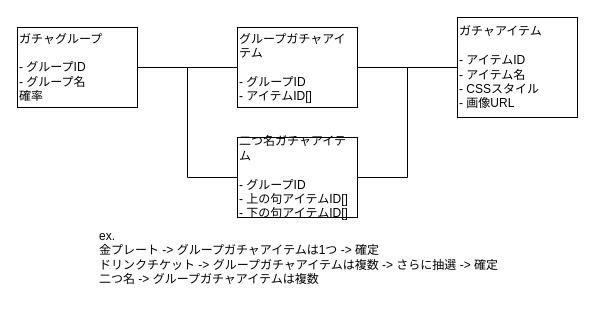
hiyoko3/splat-capsule-simulator keeps this draw.io diagram as page "DB" (1 of 11) of doc/splat-capsule.drawio. Above is the earlier version. Source tidied: cells renumbered, new cells numbered last; positions are measured from the earlier drawing's top-left corner, leaving out a move shared by most shapes. Both pictures are drawn from the tidied source at 100%, with x=0, y=0 at pixel (17, 17).
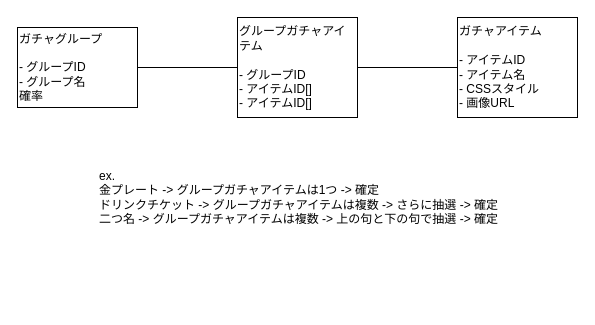
The same page after the edit.

Commit message (it also covers changes not shown here):
new capsule logic

What changed in the source:
```diff
@@
 <mxGraphModel>
   <root>
     <mxCell id="0" />
     <mxCell id="1" parent="0" />
     <mxCell id="2" style="edgeStyle=orthogonalEdgeStyle;rounded=0;jettySize=auto;html=1;endArrow=none;endFill=0;" parent="1" edge="1" source="4" target="6">
       <mxGeometry relative="1" as="geometry" />
     </mxCell>
-    <mxCell id="3" style="edgeStyle=orthogonalEdgeStyle;rounded=0;jettySize=auto;html=1;entryX=0;entryY=0.5;entryDx=0;entryDy=0;endArrow=none;endFill=0;" parent="1" edge="1" source="4" target="10">
-      <mxGeometry relative="1" as="geometry" />
-    </mxCell>
     <mxCell id="4" value="ガチャグループ&lt;br&gt;&lt;br&gt;- グループID&lt;br&gt;- グループ名&lt;br&gt;&lt;div style=&quot;&quot;&gt;&lt;span style=&quot;background-color: initial;&quot;&gt;確率&lt;/span&gt;&lt;/div&gt;" style="rounded=0;whiteSpace=wrap;html=1;align=left;" parent="1" vertex="1">
       <mxGeometry y="10" width="120" height="80" as="geometry" />
     </mxCell>
     <mxCell id="5" style="edgeStyle=orthogonalEdgeStyle;rounded=0;jettySize=auto;html=1;endArrow=none;endFill=0;" parent="1" edge="1" source="6" target="7">
       <mxGeometry relative="1" as="geometry" />
     </mxCell>
-    <mxCell id="6" value="グループガチャアイテム&lt;br&gt;&lt;br&gt;- グループID&lt;br&gt;- アイテムID[]" style="rounded=0;whiteSpace=wrap;html=1;align=left;" parent="1" vertex="1">
-      <mxGeometry x="220" y="10" width="120" height="80" as="geometry" />
+    <mxCell id="6" value="グループガチャアイテム&lt;br&gt;&lt;br&gt;- グループID&lt;br&gt;- アイテムID[]&lt;br&gt;- アイテムID[]" style="rounded=0;whiteSpace=wrap;html=1;align=left;" parent="1" vertex="1">
+      <mxGeometry x="220" width="120" height="100" as="geometry" />
     </mxCell>
     <mxCell id="7" value="ガチャアイテム&lt;br&gt;&lt;br&gt;- アイテムID&lt;br&gt;- アイテム名&lt;br&gt;- CSSスタイル&lt;br&gt;- 画像URL" style="rounded=0;whiteSpace=wrap;html=1;align=left;" parent="1" vertex="1">
       <mxGeometry x="440" width="120" height="100" as="geometry" />
     </mxCell>
-    <mxCell id="8" value="ex. &lt;br&gt;金プレート -&amp;gt; グループガチャアイテムは1つ -&amp;gt; 確定&lt;br&gt;ドリンクチケット -&amp;gt; グループガチャアイテムは複数 -&amp;gt; さらに抽選 -&amp;gt; 確定&lt;br&gt;二つ名 -&amp;gt; グループガチャアイテムは複数" style="text;html=1;strokeColor=none;fillColor=none;align=left;verticalAlign=middle;whiteSpace=wrap;rounded=0;" parent="1" vertex="1">
-      <mxGeometry x="80" y="190" width="450" height="100" as="geometry" />
+    <mxCell id="8" value="ex. &lt;br&gt;金プレート -&amp;gt; グループガチャアイテムは1つ -&amp;gt; 確定&lt;br&gt;ドリンクチケット -&amp;gt; グループガチャアイテムは複数 -&amp;gt; さらに抽選 -&amp;gt; 確定&lt;br&gt;二つ名 -&amp;gt; グループガチャアイテムは複数 -&amp;gt; 上の句と下の句で抽選 -&amp;gt; 確定" style="text;html=1;strokeColor=none;fillColor=none;align=left;verticalAlign=middle;whiteSpace=wrap;rounded=0;" parent="1" vertex="1">
+      <mxGeometry x="80" y="130" width="450" height="100" as="geometry" />
     </mxCell>
-    <mxCell id="9" style="edgeStyle=orthogonalEdgeStyle;rounded=0;jettySize=auto;html=1;entryX=0;entryY=0.5;entryDx=0;entryDy=0;endArrow=none;endFill=0;" parent="1" edge="1" source="10" target="7">
-      <mxGeometry relative="1" as="geometry" />
-    </mxCell>
-    <mxCell id="10" value="二つ名ガチャアイテム&lt;br&gt;&lt;br&gt;- グループID&lt;br&gt;- 上の句アイテムID[]&lt;br&gt;- 下の句アイテムID[]" style="rounded=0;whiteSpace=wrap;html=1;align=left;" parent="1" vertex="1">
-      <mxGeometry x="220" y="120" width="120" height="80" as="geometry" />
-    </mxCell>
   </root>
 </mxGraphModel>
```
